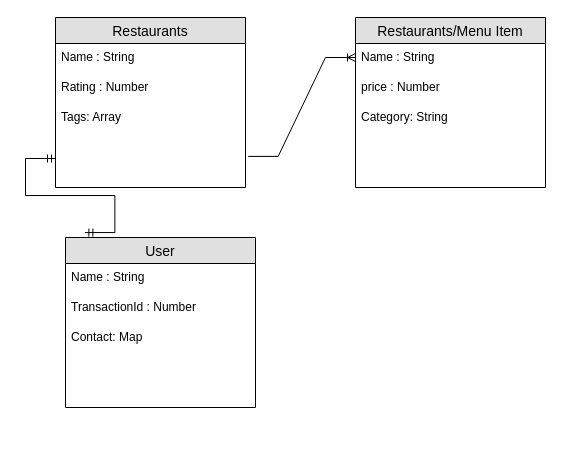
instructorKC/erdiagrams keeps this draw.io diagram as Untitled Diagram.drawio. Above is the earlier version. Source tidied: cells renumbered, new cells numbered last; positions are measured from the earlier drawing's top-left corner, leaving out a move shared by most shapes. Both pictures are drawn from the tidied source at 100%, with x=0, y=0 at pixel (55, 17).
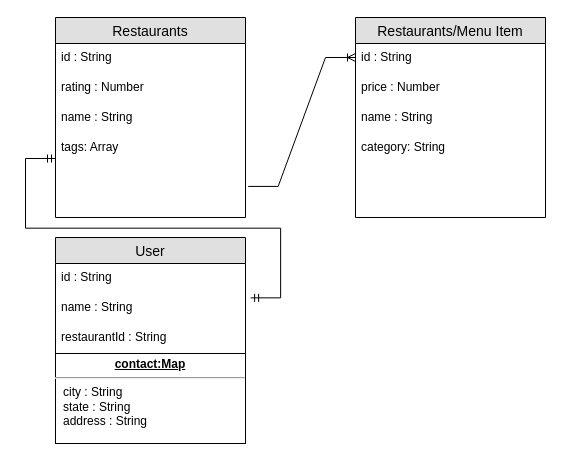
After the change.

What changed in the source:
```diff
@@
     <mxCell id="2" value="Restaurants" style="swimlane;fontStyle=0;horizontal=1;startSize=26;align=center;fontSize=14;fillColor=#E0E0E0;" parent="1" vertex="1">
-      <mxGeometry width="190" height="170" as="geometry" />
+      <mxGeometry width="190" height="200" as="geometry" />
     </mxCell>
-    <mxCell id="3" value="Name : String" style="text;strokeColor=none;fillColor=none;spacingLeft=4;spacingRight=4;overflow=hidden;fontSize=12;" parent="2" vertex="1">
+    <mxCell id="3" value="id : String" style="text;strokeColor=none;fillColor=none;spacingLeft=4;spacingRight=4;overflow=hidden;fontSize=12;" parent="2" vertex="1">
       <mxGeometry y="26" width="190" height="30" as="geometry" />
     </mxCell>
-    <mxCell id="4" value="Rating : Number" style="text;strokeColor=none;fillColor=none;spacingLeft=4;spacingRight=4;overflow=hidden;fontSize=12;" parent="2" vertex="1">
+    <mxCell id="4" value="rating : Number" style="text;strokeColor=none;fillColor=none;spacingLeft=4;spacingRight=4;overflow=hidden;fontSize=12;" parent="2" vertex="1">
       <mxGeometry y="56" width="190" height="30" as="geometry" />
     </mxCell>
+    <mxCell id="16" value="name : String" style="text;strokeColor=none;fillColor=none;spacingLeft=4;spacingRight=4;overflow=hidden;fontSize=12;" parent="2" vertex="1">
+      <mxGeometry y="86" width="190" height="30" as="geometry" />
+    </mxCell>
-    <mxCell id="5" value="Tags: Array&#10;&#10;" style="text;strokeColor=none;fillColor=none;spacingLeft=4;spacingRight=4;overflow=hidden;points=[[0,0.5],[1,0.5]];portConstraint=eastwest;fontSize=12;" parent="2" vertex="1">
-      <mxGeometry y="86" width="190" height="84" as="geometry" />
+    <mxCell id="5" value="tags: Array&#10;&#10;" style="text;strokeColor=none;fillColor=none;spacingLeft=4;spacingRight=4;overflow=hidden;points=[[0,0.5],[1,0.5]];portConstraint=eastwest;fontSize=12;" parent="2" vertex="1">
+      <mxGeometry y="116" width="190" height="84" as="geometry" />
     </mxCell>
     <mxCell id="6" value="Restaurants/Menu Item" style="swimlane;fontStyle=0;horizontal=1;startSize=26;align=center;fontSize=14;fillColor=#E0E0E0;" parent="1" vertex="1">
-      <mxGeometry x="300" width="190" height="170" as="geometry" />
+      <mxGeometry x="300" width="190" height="200" as="geometry" />
     </mxCell>
-    <mxCell id="7" value="Name : String" style="text;strokeColor=none;fillColor=none;spacingLeft=4;spacingRight=4;overflow=hidden;fontSize=12;" parent="6" vertex="1">
+    <mxCell id="7" value="id : String" style="text;strokeColor=none;fillColor=none;spacingLeft=4;spacingRight=4;overflow=hidden;fontSize=12;" parent="6" vertex="1">
       <mxGeometry y="26" width="190" height="30" as="geometry" />
     </mxCell>
@@
+    <mxCell id="17" value="name : String" style="text;strokeColor=none;fillColor=none;spacingLeft=4;spacingRight=4;overflow=hidden;fontSize=12;" parent="6" vertex="1">
+      <mxGeometry y="86" width="190" height="30" as="geometry" />
+    </mxCell>
-    <mxCell id="9" value="Category: String&#10;&#10;" style="text;strokeColor=none;fillColor=none;spacingLeft=4;spacingRight=4;overflow=hidden;fontSize=12;" parent="6" vertex="1">
-      <mxGeometry y="86" width="190" height="84" as="geometry" />
+    <mxCell id="9" value="category: String&#10;&#10;" style="text;strokeColor=none;fillColor=none;spacingLeft=4;spacingRight=4;overflow=hidden;fontSize=12;" parent="6" vertex="1">
+      <mxGeometry y="116" width="190" height="84" as="geometry" />
     </mxCell>
@@
     <mxCell id="11" value="User" style="swimlane;fontStyle=0;horizontal=1;startSize=26;align=center;fontSize=14;fillColor=#E0E0E0;" parent="1" vertex="1">
-      <mxGeometry x="10" y="220" width="190" height="170" as="geometry" />
+      <mxGeometry y="220" width="190" height="206" as="geometry" />
     </mxCell>
+    <mxCell id="18" value="id : String" style="text;strokeColor=none;fillColor=none;spacingLeft=4;spacingRight=4;overflow=hidden;fontSize=12;" parent="11" vertex="1">
+      <mxGeometry y="26" width="190" height="30" as="geometry" />
+    </mxCell>
-    <mxCell id="12" value="Name : String" style="text;strokeColor=none;fillColor=none;spacingLeft=4;spacingRight=4;overflow=hidden;points=[[0,0.5],[1,0.5]];portConstraint=eastwest;fontSize=12;" parent="11" vertex="1">
-      <mxGeometry y="26" width="190" height="30" as="geometry" />
+    <mxCell id="12" value="name : String" style="text;strokeColor=none;fillColor=none;spacingLeft=4;spacingRight=4;overflow=hidden;points=[[0,0.5],[1,0.5]];portConstraint=eastwest;fontSize=12;" parent="11" vertex="1">
+      <mxGeometry y="56" width="190" height="30" as="geometry" />
     </mxCell>
-    <mxCell id="13" value="TransactionId : Number" style="text;strokeColor=none;fillColor=none;spacingLeft=4;spacingRight=4;overflow=hidden;fontSize=12;" parent="11" vertex="1">
-      <mxGeometry y="56" width="190" height="30" as="geometry" />
+    <mxCell id="13" value="restaurantId : String" style="text;strokeColor=none;fillColor=none;spacingLeft=4;spacingRight=4;overflow=hidden;fontSize=12;" parent="11" vertex="1">
+      <mxGeometry y="86" width="190" height="30" as="geometry" />
     </mxCell>
-    <mxCell id="14" value="Contact: Map&#10;&#10;" style="text;strokeColor=none;fillColor=none;spacingLeft=4;spacingRight=4;overflow=hidden;fontSize=12;" parent="11" vertex="1">
-      <mxGeometry y="86" width="190" height="84" as="geometry" />
-    </mxCell>
+    <mxCell id="19" value="&lt;p style=&quot;margin:0px;margin-top:4px;text-align:center;text-decoration:underline;&quot;&gt;&lt;b&gt;contact:Map&lt;/b&gt;&lt;/p&gt;&lt;hr&gt;&lt;p style=&quot;margin:0px;margin-left:8px;&quot;&gt;city : String&lt;br&gt;state : String&lt;br&gt;address : String&lt;/p&gt;" style="verticalAlign=top;align=left;overflow=fill;fontSize=12;fontFamily=Helvetica;html=1;" parent="11" vertex="1">
+      <mxGeometry y="116" width="190" height="90" as="geometry" />
+    </mxCell>
-    <mxCell id="15" style="edgeStyle=entityRelationEdgeStyle;fontSize=12;html=1;endArrow=ERmandOne;startArrow=ERmandOne;rounded=0;exitX=0.102;exitY=-0.029;exitDx=0;exitDy=0;exitPerimeter=0;" parent="1" edge="1" source="11">
+    <mxCell id="15" style="edgeStyle=entityRelationEdgeStyle;fontSize=12;html=1;endArrow=ERmandOne;startArrow=ERmandOne;rounded=0;exitX=1.027;exitY=0.145;exitDx=0;exitDy=0;exitPerimeter=0;" parent="1" edge="1" source="12">
       <mxGeometry relative="1" as="geometry">
         <mxPoint y="141" as="targetPoint" />
       </mxGeometry>
     </mxCell>
```
